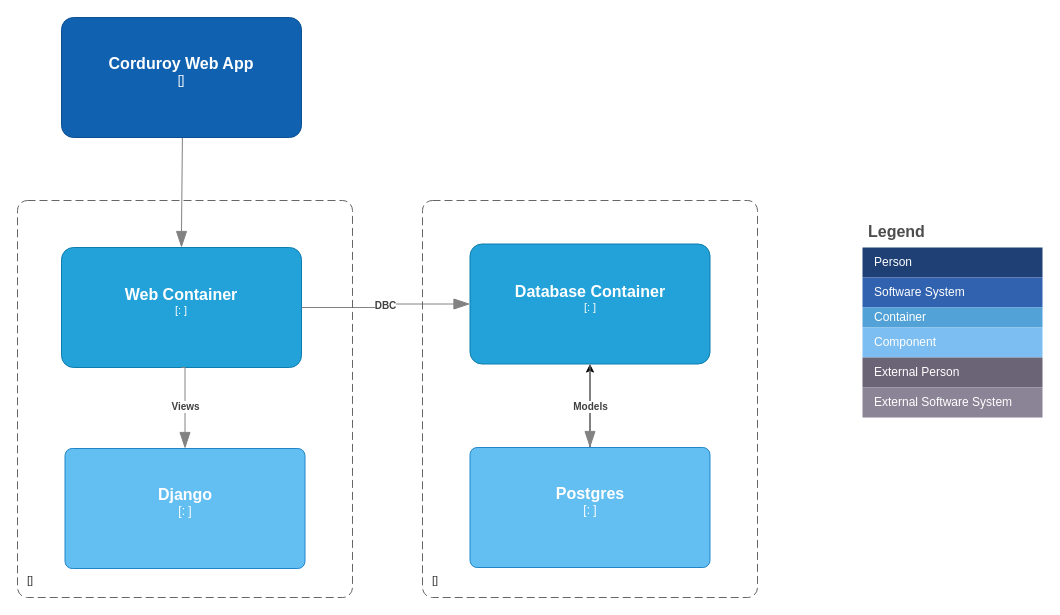
Earlier version of the draw.io diagram docs/C4/containers-C4.drawio (bartelsjoshuac/Corduroy). Source tidied: cells renumbered, new cells numbered last; positions are measured from the earlier drawing's top-left corner, leaving out a move shared by most shapes. Both pictures are drawn from the tidied source at 100%, with x=0, y=0 at pixel (17, 17).
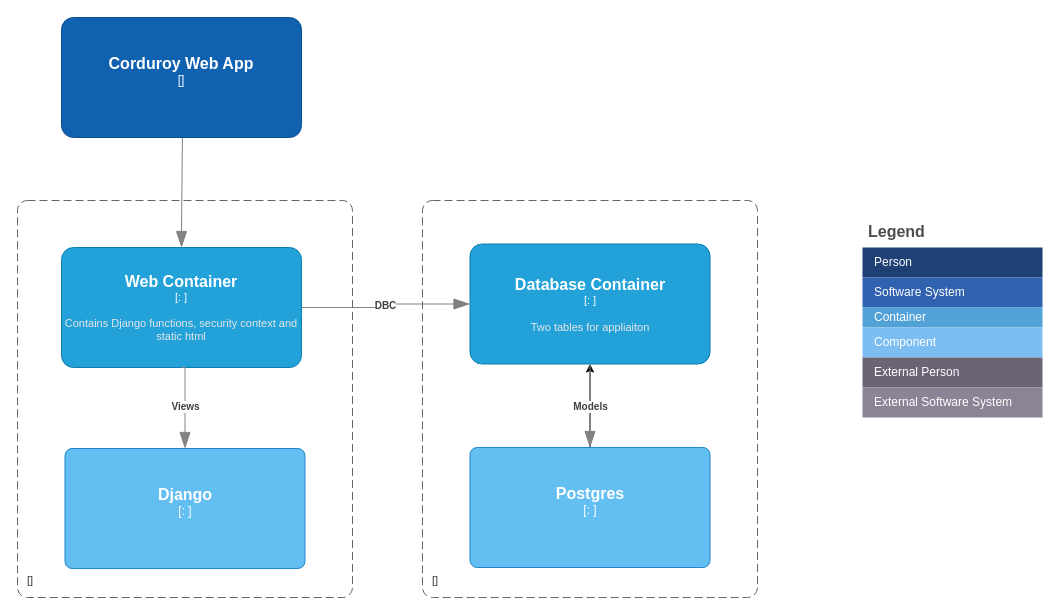
The same page after the edit.

What changed in the source:
```diff
@@
-    <object id="15" label="&lt;font style=&quot;font-size: 16px&quot;&gt;&lt;b&gt;%c4Name%&lt;/b&gt;&lt;/font&gt;&lt;div&gt;[%c4Type%: %c4Technology%]&lt;/div&gt;&lt;br&gt;&lt;div&gt;&lt;font style=&quot;font-size: 11px&quot;&gt;&lt;font color=&quot;#E6E6E6&quot;&gt;%c4Description%&lt;/font&gt;&lt;/div&gt;" c4Description="" c4Name="Web Container" c4Technology="" c4Type="" placeholders="1">
+    <object id="15" label="&lt;font style=&quot;font-size: 16px&quot;&gt;&lt;b&gt;%c4Name%&lt;/b&gt;&lt;/font&gt;&lt;div&gt;[%c4Type%: %c4Technology%]&lt;/div&gt;&lt;br&gt;&lt;div&gt;&lt;font style=&quot;font-size: 11px&quot;&gt;&lt;font color=&quot;#E6E6E6&quot;&gt;%c4Description%&lt;/font&gt;&lt;/div&gt;" c4Description="Contains Django functions, security context and static html" c4Name="Web Container" c4Technology="" c4Type="" placeholders="1">
       <mxCell style="rounded=1;whiteSpace=wrap;html=1;fontSize=11;labelBackgroundColor=none;fillColor=#23A2D9;fontColor=#ffffff;align=center;arcSize=10;strokeColor=#0E7DAD;points=[[0.25,0,0],[0.5,0,0],[0.75,0,0],[1,0.25,0],[1,0.5,0],[1,0.75,0],[0.75,1,0],[0.5,1,0],[0.25,1,0],[0,0.75,0],[0,0.5,0],[0,0.25,0]];" parent="1" vertex="1">
         <mxGeometry x="44" y="230" width="240" height="120" as="geometry" />
       </mxCell>
     </object>
@@
-    <object id="19" label="&lt;font style=&quot;font-size: 16px&quot;&gt;&lt;b&gt;%c4Name%&lt;/b&gt;&lt;/font&gt;&lt;div&gt;[%c4Type%: %c4Technology%]&lt;/div&gt;&lt;br&gt;&lt;div&gt;&lt;font style=&quot;font-size: 11px&quot;&gt;&lt;font color=&quot;#E6E6E6&quot;&gt;%c4Description%&lt;/font&gt;&lt;/div&gt;" c4Description="" c4Name="Database Container" c4Technology="" c4Type="" placeholders="1">
+    <object id="19" label="&lt;font style=&quot;font-size: 16px&quot;&gt;&lt;b&gt;%c4Name%&lt;/b&gt;&lt;/font&gt;&lt;div&gt;[%c4Type%: %c4Technology%]&lt;/div&gt;&lt;br&gt;&lt;div&gt;&lt;font style=&quot;font-size: 11px&quot;&gt;&lt;font color=&quot;#E6E6E6&quot;&gt;%c4Description%&lt;/font&gt;&lt;/div&gt;" c4Description="Two tables for appliaiton" c4Name="Database Container" c4Technology="" c4Type="" placeholders="1">
       <mxCell style="rounded=1;whiteSpace=wrap;html=1;fontSize=11;labelBackgroundColor=none;fillColor=#23A2D9;fontColor=#ffffff;align=center;arcSize=10;strokeColor=#0E7DAD;points=[[0.25,0,0],[0.5,0,0],[0.75,0,0],[1,0.25,0],[1,0.5,0],[1,0.75,0],[0.75,1,0],[0.5,1,0],[0.25,1,0],[0,0.75,0],[0,0.5,0],[0,0.25,0]];" parent="1" vertex="1">
         <mxGeometry x="452.5" y="226.5" width="240" height="120" as="geometry" />
       </mxCell>
     </object>
```
